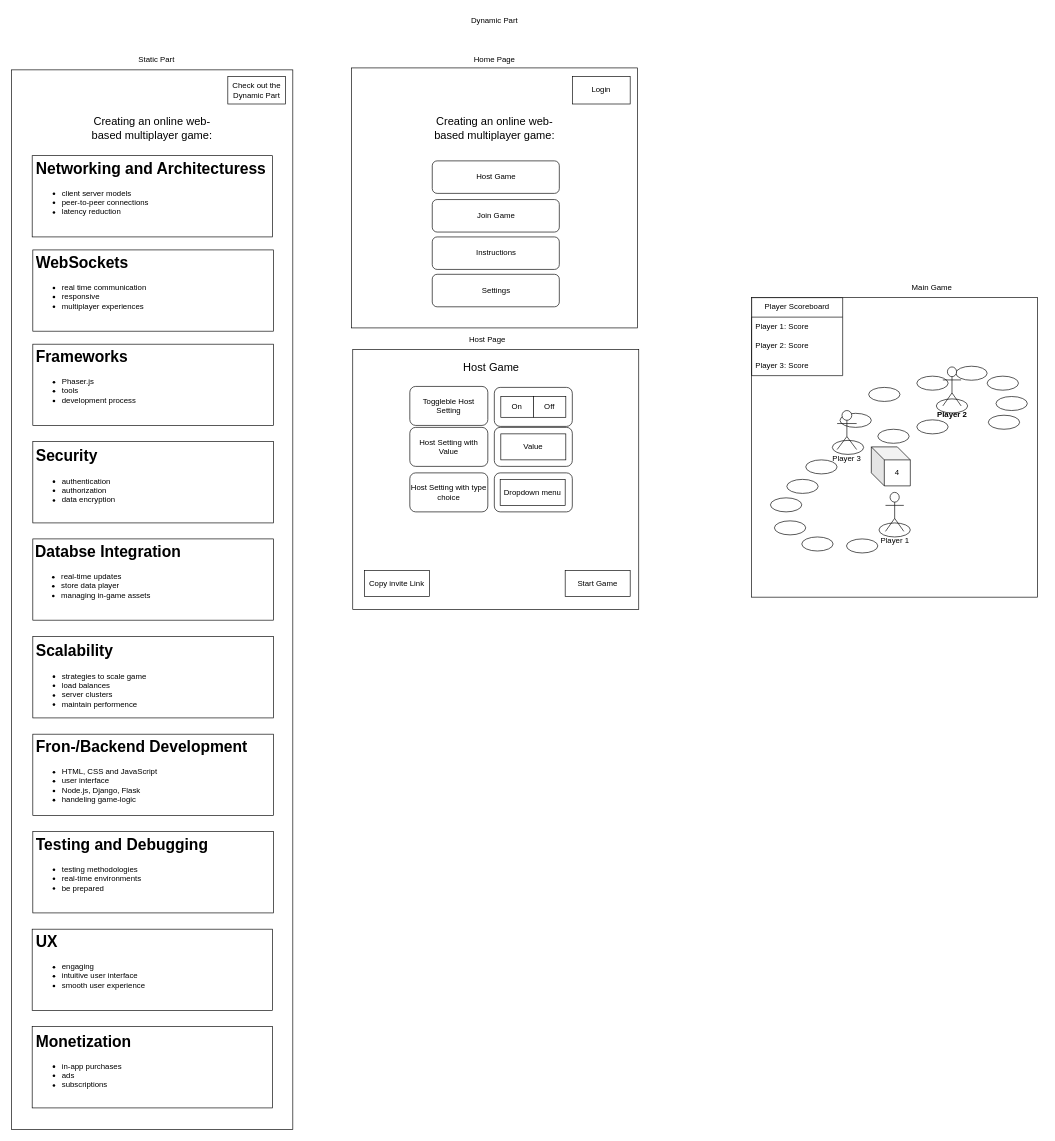
Before: pugnators.drawio in DenizCiger/Pugnators, a draw.io diagram. Source tidied: cells renumbered, new cells numbered last; positions are measured from the earlier drawing's top-left corner, leaving out a move shared by most shapes. Both pictures are drawn from the tidied source at 65%, with x=0, y=0 at pixel (11, 11).
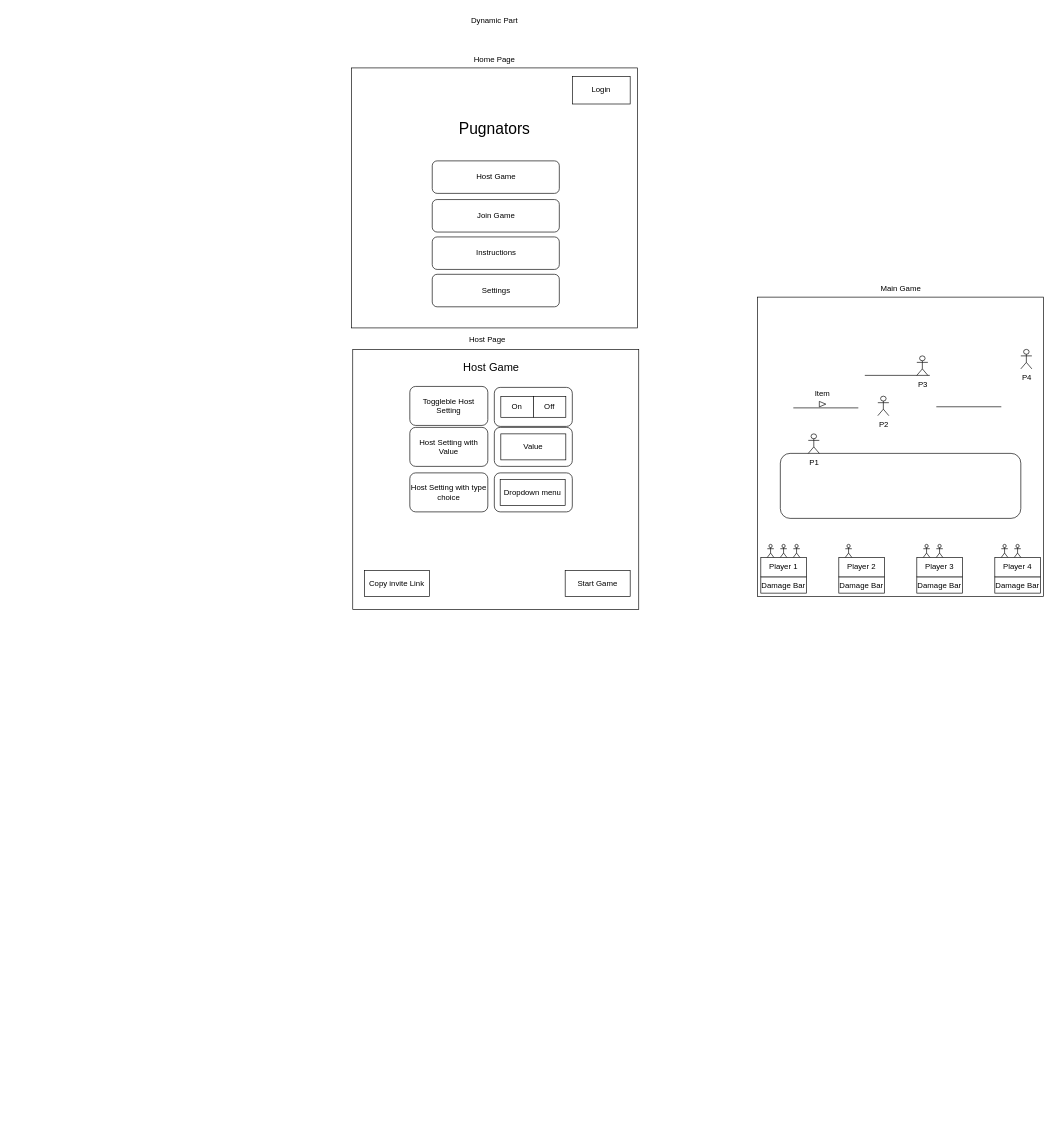
The same page after the edit.

Diff of the diagram source:
```diff
@@
-    <mxCell id="7" style="rounded=0;whiteSpace=wrap;html=1;" parent="1" vertex="1">
-      <mxGeometry y="90" width="433" height="1630" as="geometry" />
-    </mxCell>
-    <mxCell id="8" style="rounded=0;whiteSpace=wrap;html=1;" parent="1" vertex="1">
-      <mxGeometry x="32" y="222" width="370" height="125" as="geometry" />
-    </mxCell>
-    <mxCell id="9" value="Creating an online web-based multiplayer game:" style="text;html=1;strokeColor=none;fillColor=none;align=center;verticalAlign=middle;whiteSpace=wrap;rounded=0;fontSize=17;" parent="1" vertex="1">
-      <mxGeometry x="121" y="162.5" width="191" height="37.5" as="geometry" />
-    </mxCell>
-    <mxCell id="10" value="&lt;h1&gt;Networking and Architecturess&lt;/h1&gt;&lt;div&gt;&lt;ul&gt;&lt;li&gt;client server models&lt;/li&gt;&lt;li&gt;peer-to-peer connections&amp;nbsp;&lt;/li&gt;&lt;li&gt;latency reduction&lt;/li&gt;&lt;/ul&gt;&lt;/div&gt;" style="text;html=1;strokeColor=none;fillColor=none;spacing=5;spacingTop=-20;whiteSpace=wrap;overflow=hidden;rounded=0;" parent="1" vertex="1">
-      <mxGeometry x="33" y="222" width="400" height="117.5" as="geometry" />
-    </mxCell>
-    <mxCell id="11" style="rounded=0;whiteSpace=wrap;html=1;" parent="1" vertex="1">
-      <mxGeometry x="33" y="367" width="370" height="125" as="geometry" />
-    </mxCell>
-    <mxCell id="12" style="rounded=0;whiteSpace=wrap;html=1;" parent="1" vertex="1">
-      <mxGeometry x="33" y="512" width="370" height="125" as="geometry" />
-    </mxCell>
-    <mxCell id="13" style="rounded=0;whiteSpace=wrap;html=1;" parent="1" vertex="1">
-      <mxGeometry x="33" y="662" width="370" height="125" as="geometry" />
-    </mxCell>
-    <mxCell id="14" style="rounded=0;whiteSpace=wrap;html=1;" parent="1" vertex="1">
-      <mxGeometry x="33" y="811.6" width="370" height="125" as="geometry" />
-    </mxCell>
-    <mxCell id="15" style="rounded=0;whiteSpace=wrap;html=1;" parent="1" vertex="1">
-      <mxGeometry x="33" y="962" width="370" height="125" as="geometry" />
-    </mxCell>
-    <mxCell id="16" style="rounded=0;whiteSpace=wrap;html=1;" parent="1" vertex="1">
-      <mxGeometry x="33" y="1112" width="370" height="125" as="geometry" />
-    </mxCell>
-    <mxCell id="17" style="rounded=0;whiteSpace=wrap;html=1;" parent="1" vertex="1">
-      <mxGeometry x="32" y="1412" width="370" height="125" as="geometry" />
-    </mxCell>
-    <mxCell id="18" style="rounded=0;whiteSpace=wrap;html=1;" parent="1" vertex="1">
-      <mxGeometry x="33" y="1262" width="370" height="125" as="geometry" />
-    </mxCell>
-    <mxCell id="19" style="rounded=0;whiteSpace=wrap;html=1;" parent="1" vertex="1">
-      <mxGeometry x="32" y="1562" width="370" height="125" as="geometry" />
-    </mxCell>
-    <mxCell id="20" value="&lt;h1&gt;WebSockets&lt;/h1&gt;&lt;div&gt;&lt;ul&gt;&lt;li&gt;real time communication&lt;/li&gt;&lt;li&gt;responsive&lt;/li&gt;&lt;li&gt;multiplayer experiences&lt;/li&gt;&lt;/ul&gt;&lt;/div&gt;" style="text;html=1;strokeColor=none;fillColor=none;spacing=5;spacingTop=-20;whiteSpace=wrap;overflow=hidden;rounded=0;" parent="1" vertex="1">
-      <mxGeometry x="33" y="367" width="369" height="120" as="geometry" />
-    </mxCell>
-    <mxCell id="21" value="&lt;h1&gt;Frameworks&lt;/h1&gt;&lt;div&gt;&lt;ul&gt;&lt;li&gt;Phaser.js&lt;/li&gt;&lt;li&gt;tools&lt;/li&gt;&lt;li&gt;development process&lt;/li&gt;&lt;/ul&gt;&lt;/div&gt;" style="text;html=1;strokeColor=none;fillColor=none;spacing=5;spacingTop=-20;whiteSpace=wrap;overflow=hidden;rounded=0;" parent="1" vertex="1">
-      <mxGeometry x="33" y="512" width="190" height="120" as="geometry" />
-    </mxCell>
-    <mxCell id="22" value="&lt;h1&gt;Security&lt;/h1&gt;&lt;div&gt;&lt;ul&gt;&lt;li&gt;authentication&lt;/li&gt;&lt;li&gt;authorization&lt;/li&gt;&lt;li&gt;data encryption&lt;/li&gt;&lt;/ul&gt;&lt;/div&gt;" style="text;html=1;strokeColor=none;fillColor=none;spacing=5;spacingTop=-20;whiteSpace=wrap;overflow=hidden;rounded=0;" parent="1" vertex="1">
-      <mxGeometry x="33" y="664.5" width="190" height="120" as="geometry" />
-    </mxCell>
-    <mxCell id="23" value="&lt;h1&gt;Databse Integration&lt;/h1&gt;&lt;div&gt;&lt;ul&gt;&lt;li&gt;real-time updates&lt;/li&gt;&lt;li&gt;store data player&lt;/li&gt;&lt;li&gt;managing in-game assets&lt;/li&gt;&lt;/ul&gt;&lt;/div&gt;" style="text;html=1;strokeColor=none;fillColor=none;spacing=5;spacingTop=-20;whiteSpace=wrap;overflow=hidden;rounded=0;" parent="1" vertex="1">
-      <mxGeometry x="32" y="811.6" width="330" height="120" as="geometry" />
-    </mxCell>
-    <mxCell id="24" value="&lt;h1&gt;Scalability&lt;/h1&gt;&lt;div&gt;&lt;ul&gt;&lt;li&gt;strategies to scale game&lt;/li&gt;&lt;li&gt;load balances&lt;/li&gt;&lt;li&gt;server clusters&lt;/li&gt;&lt;li&gt;maintain performence&lt;/li&gt;&lt;/ul&gt;&lt;/div&gt;" style="text;html=1;strokeColor=none;fillColor=none;spacing=5;spacingTop=-20;whiteSpace=wrap;overflow=hidden;rounded=0;" parent="1" vertex="1">
-      <mxGeometry x="33" y="964.5" width="190" height="120" as="geometry" />
-    </mxCell>
-    <mxCell id="25" value="&lt;h1&gt;Fron-/Backend Development&lt;/h1&gt;&lt;div&gt;&lt;ul&gt;&lt;li&gt;HTML, CSS and JavaScript&lt;/li&gt;&lt;li&gt;user interface&lt;/li&gt;&lt;li&gt;Node.js, Django, Flask&lt;/li&gt;&lt;li&gt;handeling game-logic&lt;/li&gt;&lt;/ul&gt;&lt;/div&gt;" style="text;html=1;strokeColor=none;fillColor=none;spacing=5;spacingTop=-20;whiteSpace=wrap;overflow=hidden;rounded=0;" parent="1" vertex="1">
-      <mxGeometry x="33" y="1112" width="490" height="110" as="geometry" />
-    </mxCell>
-    <mxCell id="26" value="&lt;h1&gt;Testing and Debugging&lt;/h1&gt;&lt;div&gt;&lt;ul&gt;&lt;li&gt;&lt;span style=&quot;background-color: initial;&quot;&gt;testing methodologies&lt;/span&gt;&lt;br&gt;&lt;/li&gt;&lt;li&gt;&lt;span style=&quot;background-color: initial;&quot;&gt;real-time environments&lt;/span&gt;&lt;/li&gt;&lt;li&gt;be prepared&lt;/li&gt;&lt;/ul&gt;&lt;/div&gt;" style="text;html=1;strokeColor=none;fillColor=none;spacing=5;spacingTop=-20;whiteSpace=wrap;overflow=hidden;rounded=0;" parent="1" vertex="1">
-      <mxGeometry x="33" y="1262" width="380" height="120" as="geometry" />
-    </mxCell>
-    <mxCell id="27" value="&lt;h1&gt;UX&lt;/h1&gt;&lt;div&gt;&lt;ul&gt;&lt;li&gt;engaging&lt;/li&gt;&lt;li&gt;intuitive user interface&lt;/li&gt;&lt;li&gt;smooth user experience&lt;/li&gt;&lt;/ul&gt;&lt;/div&gt;" style="text;html=1;strokeColor=none;fillColor=none;spacing=5;spacingTop=-20;whiteSpace=wrap;overflow=hidden;rounded=0;" parent="1" vertex="1">
-      <mxGeometry x="33" y="1412" width="190" height="120" as="geometry" />
-    </mxCell>
-    <mxCell id="28" value="&lt;h1&gt;Monetization&lt;/h1&gt;&lt;div&gt;&lt;ul&gt;&lt;li&gt;in-app purchases&lt;/li&gt;&lt;li&gt;ads&lt;/li&gt;&lt;li&gt;subscriptions&lt;/li&gt;&lt;/ul&gt;&lt;/div&gt;" style="text;html=1;strokeColor=none;fillColor=none;spacing=5;spacingTop=-20;whiteSpace=wrap;overflow=hidden;rounded=0;" parent="1" vertex="1">
-      <mxGeometry x="33" y="1564.5" width="190" height="120" as="geometry" />
-    </mxCell>
-    <mxCell id="29" value="Static Part" style="text;html=1;align=center;verticalAlign=middle;strokeColor=none;fillColor=none;" parent="1" vertex="1">
-      <mxGeometry x="183" y="60" width="80" height="30" as="geometry" />
-    </mxCell>
-    <mxCell id="30" value="Check out the Dynamic Part" style="rounded=0;whiteSpace=wrap;html=1;" parent="1" vertex="1">
-      <mxGeometry x="333" y="100" width="89" height="42.5" as="geometry" />
-    </mxCell>
-    <mxCell id="31" value="Creating an online web-based multiplayer game:" style="text;html=1;strokeColor=none;fillColor=none;align=center;verticalAlign=middle;whiteSpace=wrap;rounded=0;fontSize=17;" parent="1" vertex="1">
+    <mxCell id="31" value="&lt;font style=&quot;font-size: 24px;&quot;&gt;Pugnators&lt;/font&gt;" style="text;html=1;strokeColor=none;fillColor=none;align=center;verticalAlign=middle;whiteSpace=wrap;rounded=0;fontSize=17;" parent="1" vertex="1">
       <mxGeometry x="647.5" y="162.5" width="191" height="37.5" as="geometry" />
     </mxCell>
@@
     <mxCell id="50" style="rounded=0;whiteSpace=wrap;html=1;" parent="1" vertex="1">
-      <mxGeometry x="1138.9" y="440.4" width="440" height="460.8" as="geometry" />
+      <mxGeometry x="1148" y="439.6" width="440" height="460.8" as="geometry" />
     </mxCell>
     <mxCell id="51" value="Main Game" style="text;html=1;align=center;verticalAlign=middle;strokeColor=none;fillColor=none;" parent="1" vertex="1">
-      <mxGeometry x="1371.2" y="410.4" width="90" height="30" as="geometry" />
+      <mxGeometry x="1323" y="412" width="90" height="30" as="geometry" />
     </mxCell>
-    <mxCell id="52" value="Player Scoreboard" style="swimlane;fontStyle=0;horizontal=1;startSize=30;whiteSpace=wrap;html=1;" parent="1" vertex="1">
-      <mxGeometry x="1138.9" y="440.4" width="140" height="120" as="geometry" />
-    </mxCell>
-    <mxCell id="53" value="Player 1: Score" style="text;strokeColor=none;fillColor=none;align=left;verticalAlign=middle;spacingLeft=4;spacingRight=4;overflow=hidden;whiteSpace=wrap;html=1;" parent="52" vertex="1">
-      <mxGeometry y="30" width="140" height="30" as="geometry" />
-    </mxCell>
-    <mxCell id="54" value="Player 2: Score" style="text;strokeColor=none;fillColor=none;align=left;verticalAlign=middle;spacingLeft=4;spacingRight=4;overflow=hidden;whiteSpace=wrap;html=1;" parent="52" vertex="1">
-      <mxGeometry y="60" width="140" height="30" as="geometry" />
-    </mxCell>
-    <mxCell id="55" value="Player 3: Score" style="text;strokeColor=none;fillColor=none;align=left;verticalAlign=middle;spacingLeft=4;spacingRight=4;overflow=hidden;whiteSpace=wrap;html=1;" parent="52" vertex="1">
-      <mxGeometry y="90" width="140" height="30" as="geometry" />
-    </mxCell>
-    <mxCell id="56" style="ellipse;whiteSpace=wrap;html=1;" parent="1" vertex="1">
-      <mxGeometry x="1334.8" y="787" width="48.2" height="21.6" as="geometry" />
-    </mxCell>
+    <mxCell id="78" value="Damage Bar" style="rounded=0;whiteSpace=wrap;html=1;" parent="1" vertex="1">
+      <mxGeometry x="1153" y="870" width="70" height="25" as="geometry" />
+    </mxCell>
-    <mxCell id="57" value="Player 1" style="shape=umlActor;verticalLabelPosition=bottom;verticalAlign=top;html=1;" parent="1" vertex="1">
-      <mxGeometry x="1344.8" y="740" width="28.2" height="60" as="geometry" />
+    <mxCell id="57" value="Player 1" style="rounded=0;whiteSpace=wrap;html=1;" parent="1" vertex="1">
+      <mxGeometry x="1153" y="840" width="70" height="30" as="geometry" />
     </mxCell>
-    <mxCell id="58" value="4" style="shape=cube;whiteSpace=wrap;html=1;boundedLbl=1;backgroundOutline=1;darkOpacity=0.05;darkOpacity2=0.1;" parent="1" vertex="1">
-      <mxGeometry x="1323" y="670" width="60" height="60" as="geometry" />
-    </mxCell>
-    <mxCell id="59" style="ellipse;whiteSpace=wrap;html=1;" parent="1" vertex="1">
-      <mxGeometry x="1284.8" y="811.6" width="48.2" height="21.6" as="geometry" />
-    </mxCell>
-    <mxCell id="60" style="ellipse;whiteSpace=wrap;html=1;" parent="1" vertex="1">
-      <mxGeometry x="1216" y="808.6" width="48.2" height="21.6" as="geometry" />
-    </mxCell>
-    <mxCell id="61" style="ellipse;whiteSpace=wrap;html=1;" parent="1" vertex="1">
-      <mxGeometry x="1167.8" y="748.4" width="48.2" height="21.6" as="geometry" />
-    </mxCell>
-    <mxCell id="62" style="ellipse;whiteSpace=wrap;html=1;" parent="1" vertex="1">
-      <mxGeometry x="1173.9" y="783.8" width="48.2" height="21.6" as="geometry" />
-    </mxCell>
-    <mxCell id="63" style="ellipse;whiteSpace=wrap;html=1;" parent="1" vertex="1">
-      <mxGeometry x="1193" y="720" width="48.2" height="21.6" as="geometry" />
-    </mxCell>
-    <mxCell id="64" style="ellipse;whiteSpace=wrap;html=1;" parent="1" vertex="1">
-      <mxGeometry x="1222.1" y="690" width="48.2" height="21.6" as="geometry" />
-    </mxCell>
-    <mxCell id="65" style="ellipse;whiteSpace=wrap;html=1;" parent="1" vertex="1">
-      <mxGeometry x="1274.8" y="618.4" width="48.2" height="21.6" as="geometry" />
-    </mxCell>
-    <mxCell id="66" style="ellipse;whiteSpace=wrap;html=1;" parent="1" vertex="1">
-      <mxGeometry x="1263" y="660" width="48.2" height="21.6" as="geometry" />
-    </mxCell>
-    <mxCell id="67" style="ellipse;whiteSpace=wrap;html=1;" parent="1" vertex="1">
-      <mxGeometry x="1333" y="642.9" width="48.2" height="21.6" as="geometry" />
-    </mxCell>
-    <mxCell id="68" style="ellipse;whiteSpace=wrap;html=1;" parent="1" vertex="1">
-      <mxGeometry x="1393" y="628.4" width="48.2" height="21.6" as="geometry" />
-    </mxCell>
-    <mxCell id="69" style="ellipse;whiteSpace=wrap;html=1;" parent="1" vertex="1">
-      <mxGeometry x="1423" y="596.2" width="48.2" height="21.6" as="geometry" />
-    </mxCell>
-    <mxCell id="70" style="ellipse;whiteSpace=wrap;html=1;" parent="1" vertex="1">
-      <mxGeometry x="1318.9" y="578.5" width="48.2" height="21.6" as="geometry" />
-    </mxCell>
-    <mxCell id="71" style="ellipse;whiteSpace=wrap;html=1;" parent="1" vertex="1">
-      <mxGeometry x="1393" y="561.2" width="48.2" height="21.6" as="geometry" />
-    </mxCell>
-    <mxCell id="72" style="ellipse;whiteSpace=wrap;html=1;" parent="1" vertex="1">
-      <mxGeometry x="1453" y="545.9" width="48.2" height="21.6" as="geometry" />
-    </mxCell>
-    <mxCell id="73" style="ellipse;whiteSpace=wrap;html=1;" parent="1" vertex="1">
-      <mxGeometry x="1501.2" y="561.2" width="48.2" height="21.6" as="geometry" />
-    </mxCell>
-    <mxCell id="74" style="ellipse;whiteSpace=wrap;html=1;" parent="1" vertex="1">
-      <mxGeometry x="1514.8" y="592.5" width="48.2" height="21.6" as="geometry" />
-    </mxCell>
-    <mxCell id="75" style="ellipse;whiteSpace=wrap;html=1;" parent="1" vertex="1">
-      <mxGeometry x="1503" y="621.3" width="48.2" height="21.6" as="geometry" />
-    </mxCell>
+    <mxCell id="79" value="Damage Bar" style="rounded=0;whiteSpace=wrap;html=1;" parent="1" vertex="1">
+      <mxGeometry x="1513" y="870" width="70" height="25" as="geometry" />
+    </mxCell>
+    <mxCell id="80" value="Player 4" style="rounded=0;whiteSpace=wrap;html=1;" parent="1" vertex="1">
+      <mxGeometry x="1513" y="840" width="70" height="30" as="geometry" />
+    </mxCell>
+    <mxCell id="81" value="Damage Bar" style="rounded=0;whiteSpace=wrap;html=1;" parent="1" vertex="1">
+      <mxGeometry x="1273" y="870" width="70" height="25" as="geometry" />
+    </mxCell>
+    <mxCell id="77" value="Player 2" style="rounded=0;whiteSpace=wrap;html=1;" parent="1" vertex="1">
+      <mxGeometry x="1273" y="840" width="70" height="30" as="geometry" />
+    </mxCell>
+    <mxCell id="82" value="Damage Bar" style="rounded=0;whiteSpace=wrap;html=1;" parent="1" vertex="1">
+      <mxGeometry x="1393" y="870" width="70" height="25" as="geometry" />
+    </mxCell>
-    <mxCell id="76" value="Player 3" style="shape=umlActor;verticalLabelPosition=bottom;verticalAlign=top;html=1;" parent="1" vertex="1">
-      <mxGeometry x="1270.4" y="614.1" width="30" height="60" as="geometry" />
+    <mxCell id="76" value="Player 3" style="rounded=0;whiteSpace=wrap;html=1;" parent="1" vertex="1">
+      <mxGeometry x="1393" y="840" width="70" height="30" as="geometry" />
     </mxCell>
-    <mxCell id="77" value="Player 2" style="shape=umlActor;verticalLabelPosition=bottom;verticalAlign=top;html=1;fontStyle=1;" parent="1" vertex="1">
-      <mxGeometry x="1433" y="547" width="28.2" height="60" as="geometry" />
-    </mxCell>
+    <mxCell id="83" style="shape=umlActor;verticalLabelPosition=bottom;verticalAlign=top;html=1;shadow=0;" parent="1" vertex="1">
+      <mxGeometry x="1163" y="820" width="10" height="20" as="geometry" />
+    </mxCell>
+    <mxCell id="84" style="shape=umlActor;verticalLabelPosition=bottom;verticalAlign=top;html=1;shadow=0;" parent="1" vertex="1">
+      <mxGeometry x="1203" y="820" width="10" height="20" as="geometry" />
+    </mxCell>
+    <mxCell id="85" style="shape=umlActor;verticalLabelPosition=bottom;verticalAlign=top;html=1;shadow=0;" parent="1" vertex="1">
+      <mxGeometry x="1183" y="820" width="10" height="20" as="geometry" />
+    </mxCell>
+    <mxCell id="86" style="shape=umlActor;verticalLabelPosition=bottom;verticalAlign=top;html=1;shadow=0;" parent="1" vertex="1">
+      <mxGeometry x="1283" y="820" width="10" height="20" as="geometry" />
+    </mxCell>
+    <mxCell id="87" style="shape=umlActor;verticalLabelPosition=bottom;verticalAlign=top;html=1;shadow=0;" parent="1" vertex="1">
+      <mxGeometry x="1423" y="820" width="10" height="20" as="geometry" />
+    </mxCell>
+    <mxCell id="88" style="shape=umlActor;verticalLabelPosition=bottom;verticalAlign=top;html=1;shadow=0;" parent="1" vertex="1">
+      <mxGeometry x="1403" y="820" width="10" height="20" as="geometry" />
+    </mxCell>
+    <mxCell id="89" style="shape=umlActor;verticalLabelPosition=bottom;verticalAlign=top;html=1;shadow=0;" parent="1" vertex="1">
+      <mxGeometry x="1523" y="820" width="10" height="20" as="geometry" />
+    </mxCell>
+    <mxCell id="90" style="shape=umlActor;verticalLabelPosition=bottom;verticalAlign=top;html=1;shadow=0;" parent="1" vertex="1">
+      <mxGeometry x="1543" y="820" width="10" height="20" as="geometry" />
+    </mxCell>
+    <mxCell id="91" style="rounded=1;whiteSpace=wrap;html=1;" parent="1" vertex="1">
+      <mxGeometry x="1183" y="680" width="370" height="100" as="geometry" />
+    </mxCell>
+    <mxCell id="92" style="endArrow=none;html=1;rounded=0;" parent="1" edge="1">
+      <mxGeometry relative="1" as="geometry">
+        <mxPoint x="1203" y="610" as="sourcePoint" />
+        <mxPoint x="1303" y="610" as="targetPoint" />
+      </mxGeometry>
+    </mxCell>
+    <mxCell id="93" style="endArrow=none;html=1;rounded=0;" parent="1" edge="1">
+      <mxGeometry relative="1" as="geometry">
+        <mxPoint x="1423" y="608.3" as="sourcePoint" />
+        <mxPoint x="1523" y="608.3" as="targetPoint" />
+      </mxGeometry>
+    </mxCell>
+    <mxCell id="94" style="endArrow=none;html=1;rounded=0;" parent="1" edge="1">
+      <mxGeometry relative="1" as="geometry">
+        <mxPoint x="1313" y="560" as="sourcePoint" />
+        <mxPoint x="1413" y="560" as="targetPoint" />
+      </mxGeometry>
+    </mxCell>
+    <mxCell id="95" value="P1" style="shape=umlActor;verticalLabelPosition=bottom;verticalAlign=top;html=1;" parent="1" vertex="1">
+      <mxGeometry x="1226" y="650" width="17" height="30" as="geometry" />
+    </mxCell>
+    <mxCell id="96" value="P2" style="shape=umlActor;verticalLabelPosition=bottom;verticalAlign=top;html=1;" parent="1" vertex="1">
+      <mxGeometry x="1333" y="592" width="17" height="30" as="geometry" />
+    </mxCell>
+    <mxCell id="97" value="P4" style="shape=umlActor;verticalLabelPosition=bottom;verticalAlign=top;html=1;" parent="1" vertex="1">
+      <mxGeometry x="1553" y="520" width="17" height="30" as="geometry" />
+    </mxCell>
+    <mxCell id="98" value="P3" style="shape=umlActor;verticalLabelPosition=bottom;verticalAlign=top;html=1;" parent="1" vertex="1">
+      <mxGeometry x="1393" y="530" width="17" height="30" as="geometry" />
+    </mxCell>
+    <mxCell id="99" style="triangle;whiteSpace=wrap;html=1;" parent="1" vertex="1">
+      <mxGeometry x="1243" y="600" width="10" height="8.5" as="geometry" />
+    </mxCell>
+    <mxCell id="100" value="Item" style="text;html=1;strokeColor=none;fillColor=none;align=center;verticalAlign=middle;whiteSpace=wrap;rounded=0;" parent="1" vertex="1">
+      <mxGeometry x="1233" y="582.5" width="30" height="10" as="geometry" />
+    </mxCell>
```
